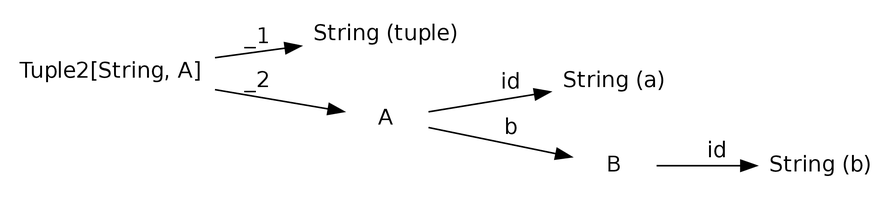
vjovanov/bigdata2012 keeps this Graphviz diagram as dot/access.png. Above is the earlier version. Its source is kept beside it as dot/access.dot. Its diagram source:
```dot
digraph g {
dpi=300;
rankdir=LR;
node [shape="plaintext"];
1 [label="Tuple2[String, A]"];
2 [label="String (tuple)"];
3 [label="A"];
4 [label="String (a)"];
5 [label="B"];
6 [label="String (b)"];
1 -> 3 [label="_2"];
1 -> 2 [label="_1"];
3 -> 4 [label="id"];
3 -> 5 [label="b"];
5 -> 6 [label="id"];
}
```
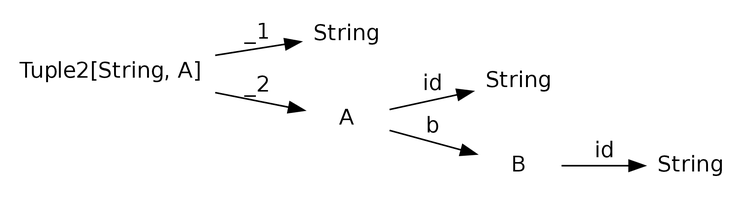
The same file after the commit.

Diff of the diagram source:
```diff
@@ -3,11 +3,11 @@
 rankdir=LR;
 node [shape="plaintext"];
 1 [label="Tuple2[String, A]"];
-2 [label="String (tuple)"];
+2 [label="String"];
 3 [label="A"];
-4 [label="String (a)"];
+4 [label="String"];
 5 [label="B"];
-6 [label="String (b)"];
+6 [label="String"];
 1 -> 3 [label="_2"];
 1 -> 2 [label="_1"];
 3 -> 4 [label="id"];
```
